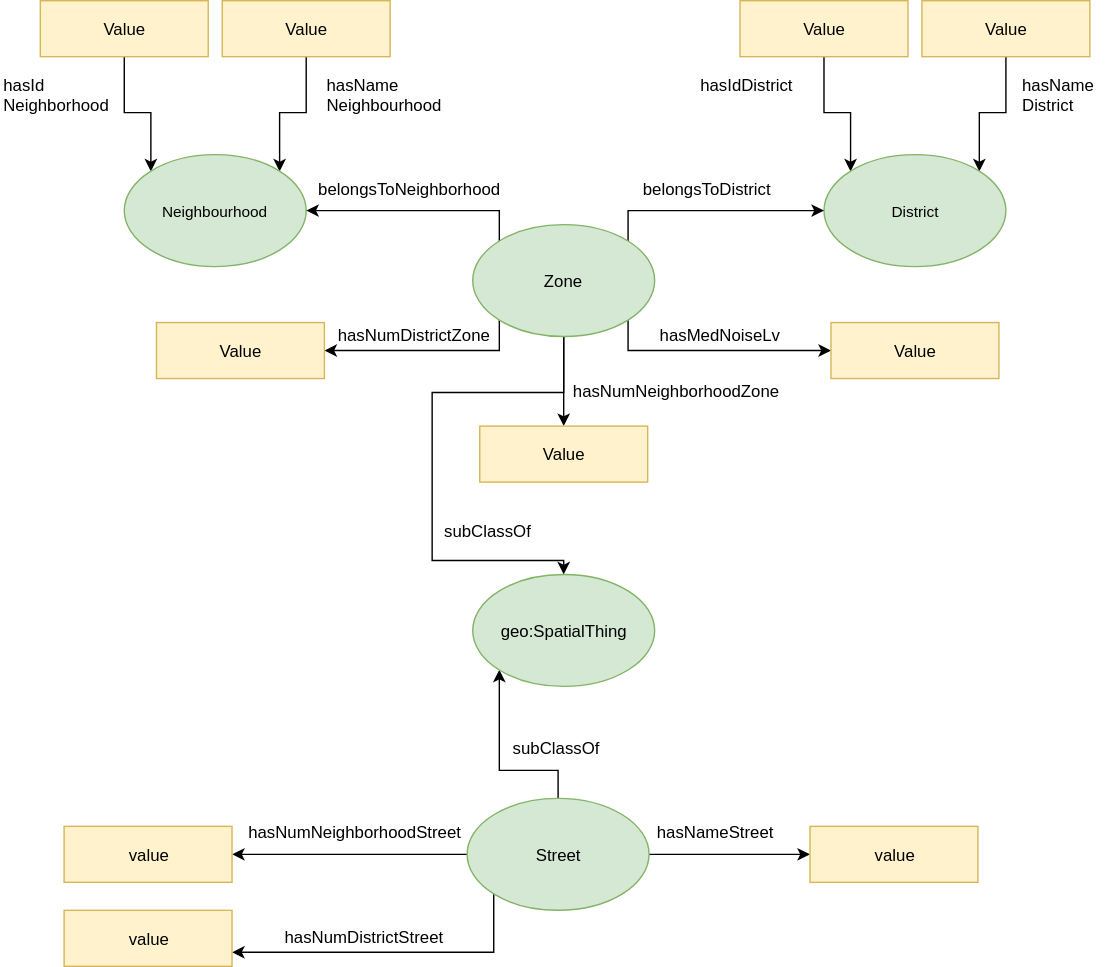
FacultadInformatica-LinkedData/Curso2017-2018 keeps this draw.io diagram as HandsOn/Group10/ontology/Ontology _Diagram.svg. Above is the earlier version. Source tidied: cells renumbered, new cells last; positions are measured from the earlier drawing's top-left corner, leaving out a move shared by most shapes.
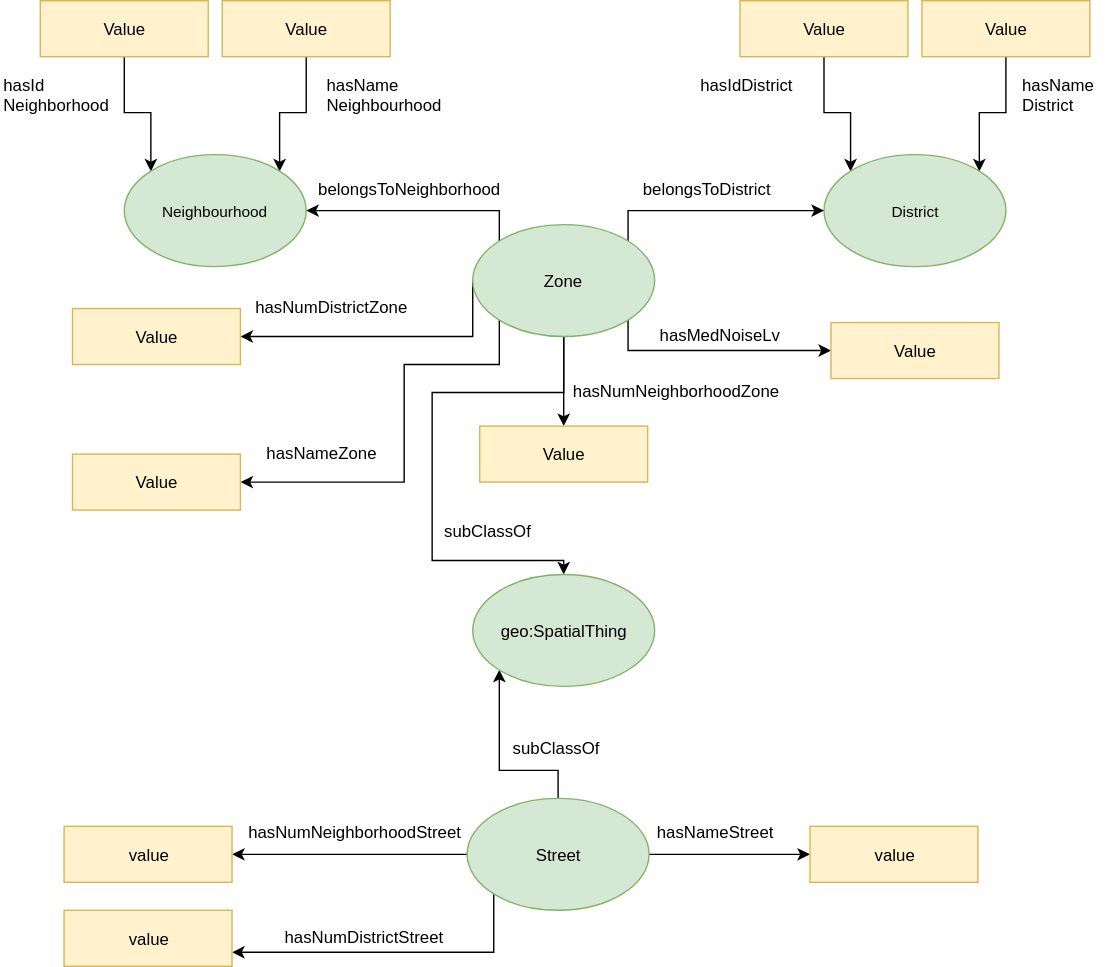
Above is the later version.

The edit, as a diff of the source:
```diff
@@ -85,13 +85,6 @@
         </Array>
       </mxGeometry>
     </mxCell>
-    <mxCell id="19" style="edgeStyle=orthogonalEdgeStyle;rounded=0;html=1;exitX=0;exitY=1;entryX=1;entryY=0.5;jettySize=auto;" parent="1" edge="1" source="22" target="32">
-      <mxGeometry relative="1" as="geometry">
-        <Array as="points">
-          <mxPoint x="356" y="250" />
-        </Array>
-      </mxGeometry>
-    </mxCell>
     <mxCell id="20" style="edgeStyle=orthogonalEdgeStyle;rounded=0;html=1;exitX=0.5;exitY=1;entryX=0.5;entryY=0;jettySize=auto;" parent="1" edge="1" source="22" target="34">
       <mxGeometry relative="1" as="geometry" />
     </mxCell>
@@ -105,6 +98,22 @@
         </Array>
       </mxGeometry>
     </mxCell>
+    <mxCell id="19" style="edgeStyle=orthogonalEdgeStyle;rounded=0;html=1;exitX=0;exitY=0.5;entryX=1;entryY=0.5;jettySize=auto;" parent="1" edge="1" source="22" target="32">
+      <mxGeometry relative="1" as="geometry">
+        <Array as="points">
+          <mxPoint x="337" y="240" />
+        </Array>
+      </mxGeometry>
+    </mxCell>
+    <mxCell id="45" style="edgeStyle=orthogonalEdgeStyle;rounded=0;html=1;exitX=0;exitY=1;entryX=1;entryY=0.5;jettySize=auto;" parent="1" edge="1" source="22" target="46">
+      <mxGeometry relative="1" as="geometry">
+        <Array as="points">
+          <mxPoint x="356" y="260" />
+          <mxPoint x="288" y="260" />
+          <mxPoint x="288" y="344" />
+        </Array>
+      </mxGeometry>
+    </mxCell>
     <mxCell id="22" value="Zone" style="ellipse;whiteSpace=wrap;html=1;fillColor=#d5e8d4;strokeColor=#82b366;" parent="1" vertex="1">
       <mxGeometry x="337" y="160" width="130" height="80" as="geometry" />
     </mxCell>
@@ -145,10 +154,10 @@
       <mxGeometry x="469" y="230" width="100" height="20" as="geometry" />
     </mxCell>
     <mxCell id="32" value="Value" style="rounded=0;whiteSpace=wrap;html=1;fillColor=#fff2cc;strokeColor=#d6b656;" parent="1" vertex="1">
-      <mxGeometry x="111" y="230" width="120" height="40" as="geometry" />
+      <mxGeometry x="51" y="220" width="120" height="40" as="geometry" />
     </mxCell>
     <mxCell id="33" value="hasNumDistrictZone" style="text;html=1;align=left;verticalAlign=top;spacingTop=-4;" parent="1" vertex="1">
-      <mxGeometry x="239" y="230" width="120" height="20" as="geometry" />
+      <mxGeometry x="180" y="210" width="120" height="20" as="geometry" />
     </mxCell>
     <mxCell id="34" value="Value" style="rounded=0;whiteSpace=wrap;html=1;fillColor=#fff2cc;strokeColor=#d6b656;" parent="1" vertex="1">
       <mxGeometry x="342" y="304" width="120" height="40" as="geometry" />
@@ -183,5 +192,11 @@
     <mxCell id="44" value="subClassOf" style="text;html=1;align=left;verticalAlign=top;spacingTop=-4;" parent="1" vertex="1">
       <mxGeometry x="315" y="370" width="80" height="20" as="geometry" />
     </mxCell>
+    <mxCell id="46" value="Value" style="rounded=0;whiteSpace=wrap;html=1;fillColor=#fff2cc;strokeColor=#d6b656;" parent="1" vertex="1">
+      <mxGeometry x="51" y="324" width="120" height="40" as="geometry" />
+    </mxCell>
+    <mxCell id="47" value="hasNameZone" style="text;html=1;align=left;verticalAlign=top;spacingTop=-4;" parent="1" vertex="1">
+      <mxGeometry x="188" y="314" width="90" height="20" as="geometry" />
+    </mxCell>
   </root>
 </mxGraphModel>
```
